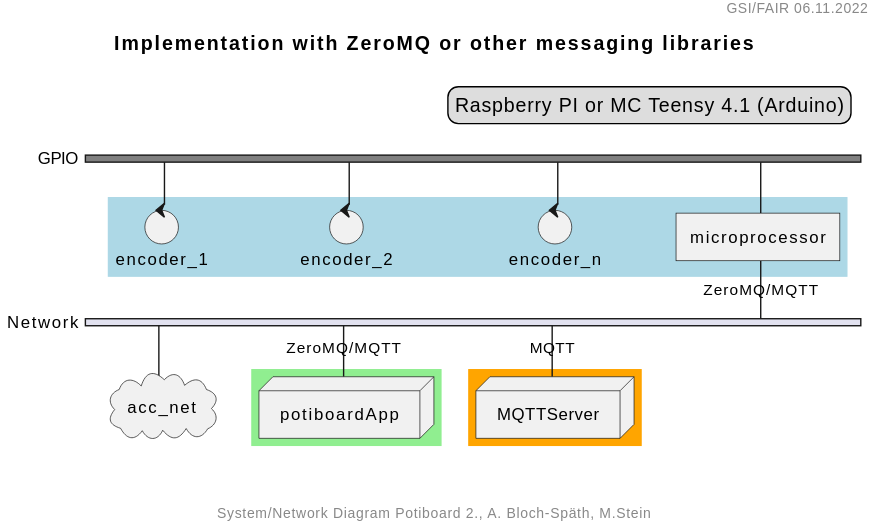
The PlantUML diagram plantuml/potiboard_network_02.svg in steinmartin/encoder-positions-docs, before a commit.
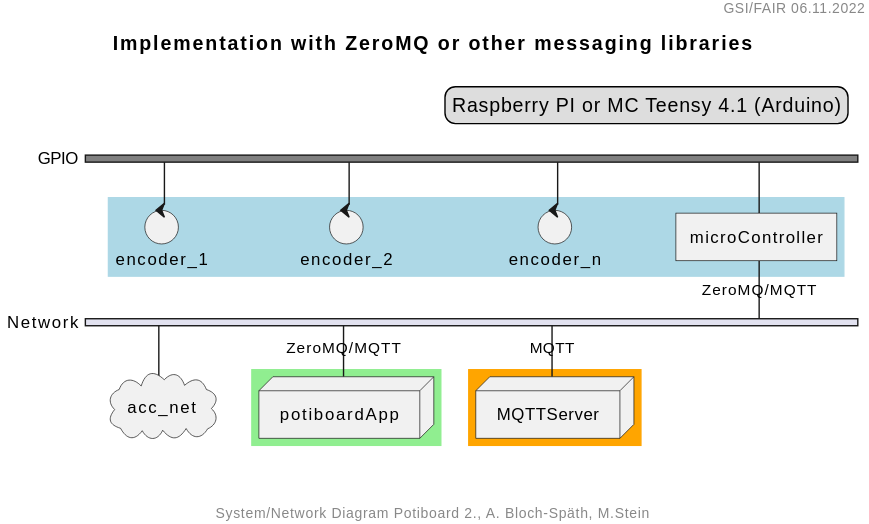
The same diagram one commit later.

Diff of the diagram source:
```diff
@@ -15,14 +15,14 @@
        encoder_1;
        encoder_2;
        encoder_n;
-       microprocessor;
+       microController;
     }
 
     color = "gray"
     encoder_1 [shape = control];
     encoder_2 [shape = control];
     encoder_n [shape = control];
-    microprocessor [shape = component];
+    microController [shape = component];
   }
 
   network Network {
@@ -37,7 +37,7 @@
   acc_net [shape = cloud];
       potiboardApp [shape = node, address = ZeroMQ/MQTT];
       MQTTServer [shape = node, address = MQTT];
-      microprocessor [address = ZeroMQ/MQTT];
+      microController [address = ZeroMQ/MQTT];
   }
 }
 @enduml
```
